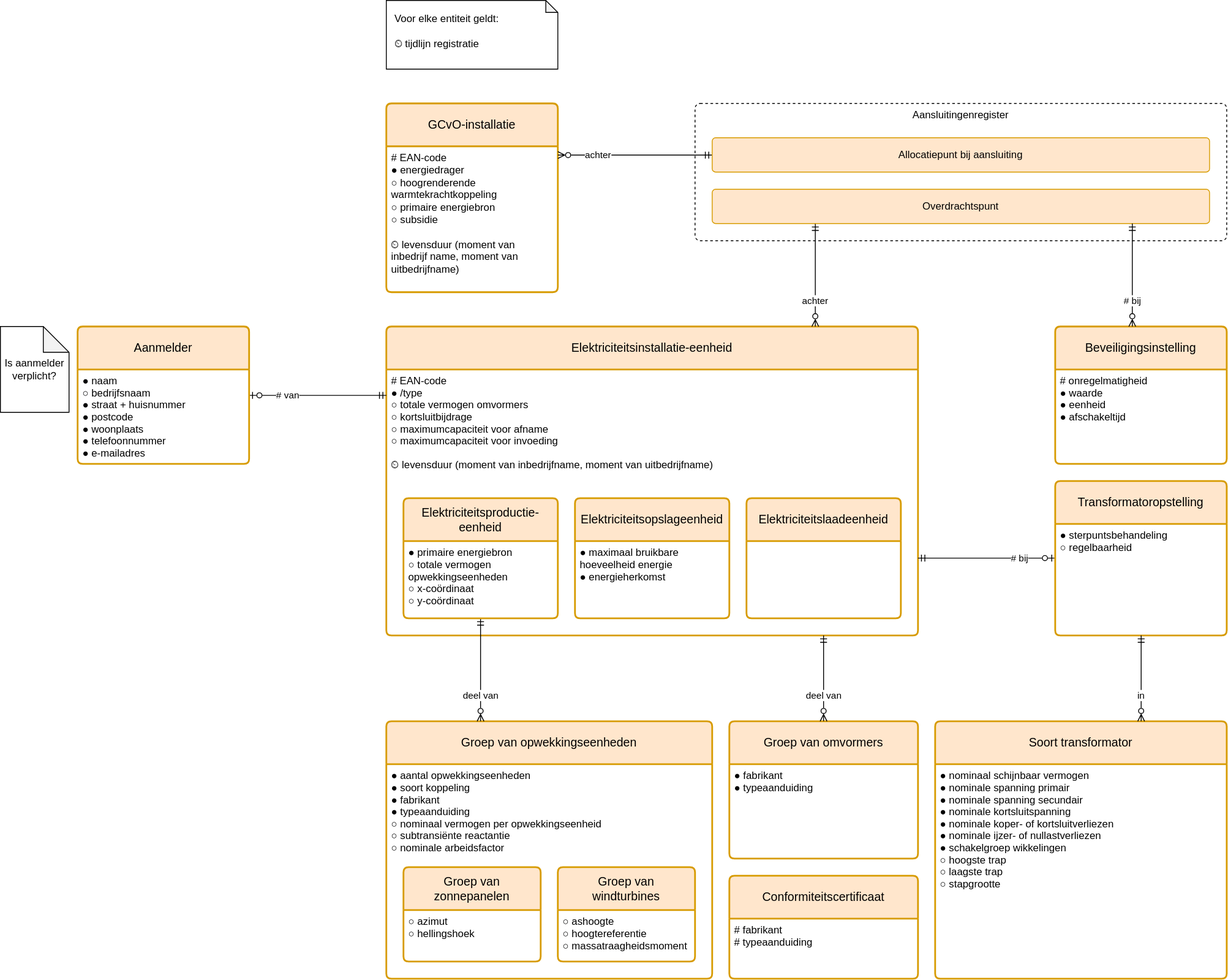
This is registers/installatieregister/1.0/installatieregister.drawio.svg from Netbeheer-Nederland/stelsel, a draw.io export, as it was before one commit. Source tidied: cells renumbered, new cells last; positions are measured from the earlier drawing's top-left corner, leaving out a move shared by most shapes.
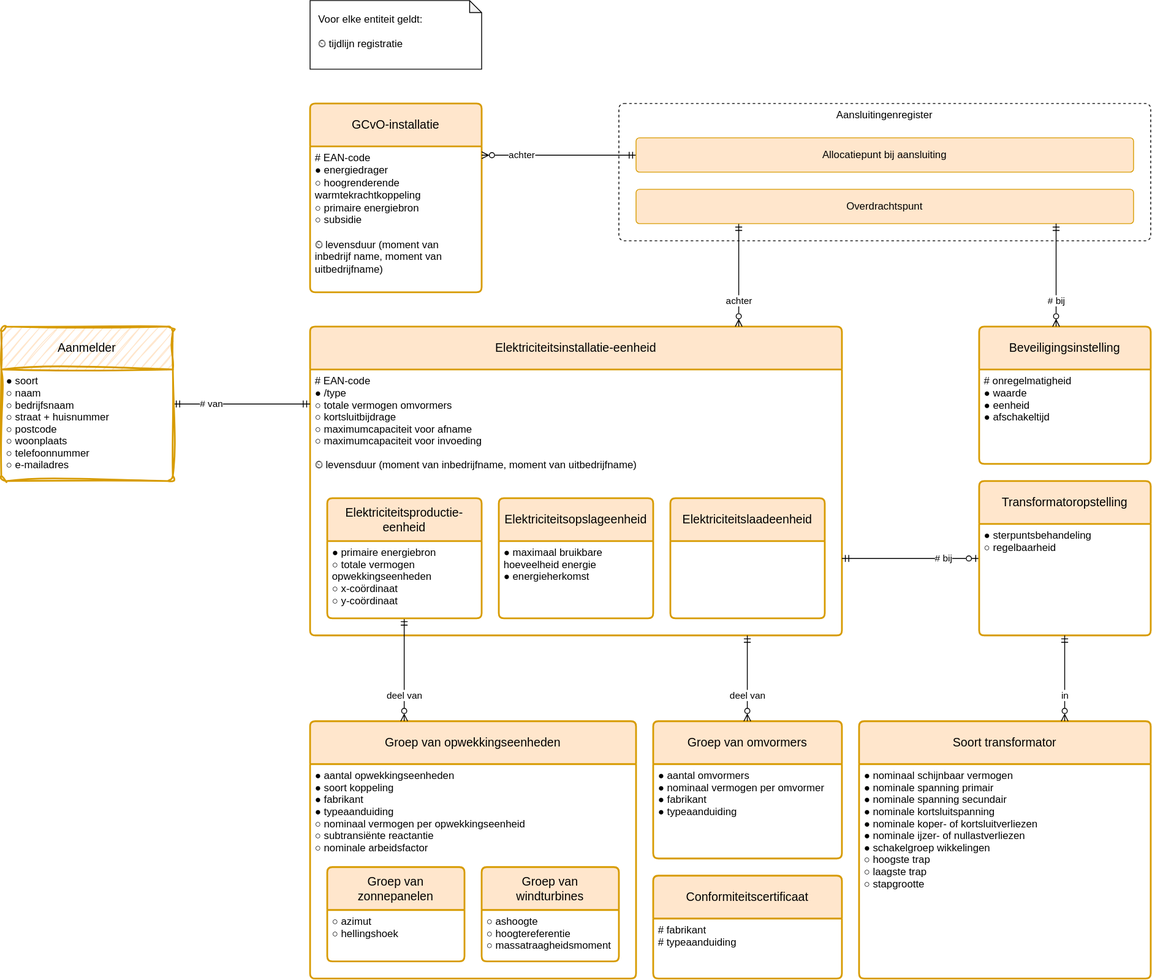
The same diagram one commit later.

What changed in the source:
```diff
@@ -77,7 +77,7 @@
     <mxCell id="26" value="Groep van omvormers" style="swimlane;horizontal=1;startSize=50;rounded=1;fontSize=14;fontStyle=0;strokeWidth=2;shadow=0;dashed=0;align=center;fillColor=#ffe6cc;strokeColor=#d79b00;arcSize=4;whiteSpace=wrap;html=1;spacing=10;" parent="1" vertex="1">
       <mxGeometry x="850" y="840" width="220" height="160" as="geometry" />
     </mxCell>
-    <mxCell id="27" value="● fabrikant&#10;● typeaanduiding" style="align=left;strokeColor=none;fillColor=none;spacingLeft=4;fontSize=12;verticalAlign=top;" parent="26" vertex="1">
+    <mxCell id="27" value="● aantal omvormers&#10;● nominaal vermogen per omvormer&#10;● fabrikant&#10;● typeaanduiding" style="align=left;strokeColor=none;fillColor=none;spacingLeft=4;fontSize=12;verticalAlign=top;" parent="26" vertex="1">
       <mxGeometry y="50" width="220" height="110" as="geometry" />
     </mxCell>
     <mxCell id="28" value="deel van" style="endArrow=ERzeroToMany;html=1;rounded=0;startArrow=ERmandOne;startFill=0;endFill=0;align=center;edgeStyle=elbowEdgeStyle;entryX=0.5;entryY=0;entryDx=0;entryDy=0;" parent="1" edge="1" source="6" target="26">
@@ -113,17 +113,14 @@
     <mxCell id="38" value="Voor elke entiteit geldt:&lt;div&gt;&lt;br&gt;&lt;/div&gt;&lt;div&gt;&lt;span style=&quot;text-wrap-mode: nowrap;&quot;&gt;⏲ tijdlijn registratie&lt;/span&gt;&lt;/div&gt;" style="shape=note;whiteSpace=wrap;html=1;backgroundOutline=1;darkOpacity=0.05;align=left;spacing=10;size=14;verticalAlign=top;" parent="1" vertex="1">
       <mxGeometry x="450" width="200" height="80" as="geometry" />
     </mxCell>
-    <mxCell id="39" value="# van" style="edgeStyle=elbowEdgeStyle;html=1;elbow=vertical;endArrow=ERmandOne;endFill=0;startArrow=ERzeroToOne;startFill=0;align=left;" parent="1" edge="1" source="40" target="6">
+    <mxCell id="39" value="# van" style="edgeStyle=elbowEdgeStyle;html=1;elbow=vertical;endArrow=ERmandOne;endFill=0;startArrow=ERmandOne;startFill=0;align=left;" parent="1" edge="1" source="40" target="6">
       <mxGeometry x="-0.62" relative="1" as="geometry" />
     </mxCell>
-    <mxCell id="40" value="Aanmelder" style="swimlane;horizontal=1;startSize=50;rounded=1;fontSize=14;fontStyle=0;strokeWidth=2;shadow=0;dashed=0;align=center;fillColor=#ffe6cc;strokeColor=#d79b00;arcSize=4;whiteSpace=wrap;html=1;spacing=10;" parent="1" vertex="1">
-      <mxGeometry x="90" y="380" width="200" height="160" as="geometry" />
+    <mxCell id="40" value="Aanmelder" style="swimlane;horizontal=1;startSize=50;rounded=1;fontSize=14;fontStyle=0;strokeWidth=2;shadow=0;dashed=0;align=center;fillColor=#ffe6cc;strokeColor=#d79b00;arcSize=4;whiteSpace=wrap;html=1;spacing=10;sketch=1;curveFitting=1;jiggle=2;" parent="1" vertex="1">
+      <mxGeometry x="90" y="380" width="200" height="180" as="geometry" />
     </mxCell>
-    <mxCell id="41" value="● naam &#10;○ bedrijfsnaam &#10;● straat + huisnummer&#10;● postcode&#10;● woonplaats&#10;● telefoonnummer&#10;● e-mailadres" style="align=left;strokeColor=none;fillColor=none;spacingLeft=4;fontSize=12;verticalAlign=top;" parent="40" vertex="1">
-      <mxGeometry y="50" width="200" height="110" as="geometry" />
+    <mxCell id="41" value="● soort&#10;○ naam &#10;○ bedrijfsnaam &#10;○ straat + huisnummer&#10;○ postcode&#10;○ woonplaats&#10;○ telefoonnummer&#10;○ e-mailadres" style="align=left;strokeColor=none;fillColor=none;spacingLeft=4;fontSize=12;verticalAlign=top;" parent="40" vertex="1">
+      <mxGeometry y="50" width="200" height="130" as="geometry" />
     </mxCell>
-    <mxCell id="42" value="Is aanmelder verplicht?" style="shape=note;whiteSpace=wrap;html=1;backgroundOutline=1;darkOpacity=0.05;" parent="1" vertex="1">
-      <mxGeometry y="380" width="80" height="100" as="geometry" />
-    </mxCell>
   </root>
 </mxGraphModel>
```
